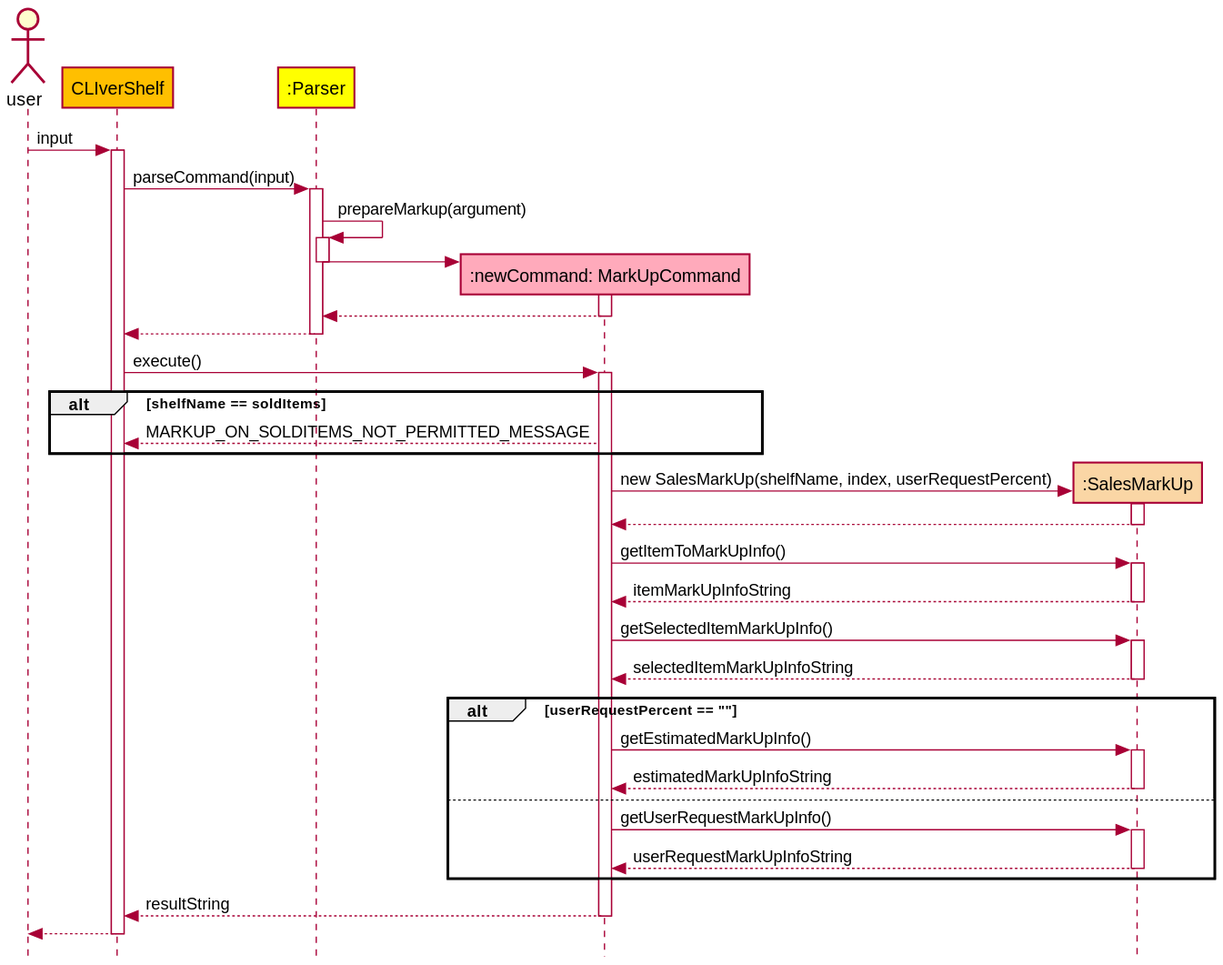
This is docs/diagrams/MarkUpSequenceDiagram.svg from zh1huang/tp, a PlantUML export, as it was before one commit. The source it was exported from:
```plantuml
@startuml
!include Style.puml

actor user

participant CLIverShelf as app LOGIC_COLOR
participant ":Parser" as parser LOGIC_COLOR_T1
participant ":newCommand: MarkUpCommand" as markupCommand MARKUP_COMMAND_COLOUR
participant ":SalesMarkUp" as SalesMarkUp SALES_MARKUP_COLOUR

user -> app: input
activate app
app -> parser: parseCommand(input)
activate parser
parser -> parser : prepareMarkup(argument)
activate parser
parser -> markupCommand **
deactivate parser
activate markupCommand
markupCommand --> parser

deactivate markupCommand
parser --> app
deactivate parser

app -> markupCommand: execute()

activate markupCommand
alt shelfName == soldItems
    markupCommand --> app : MARKUP_ON_SOLDITEMS_NOT_PERMITTED_MESSAGE
end

markupCommand -> SalesMarkUp ** : new SalesMarkUp(shelfName, index, userRequestPercent)
activate SalesMarkUp
SalesMarkUp --> markupCommand
deactivate SalesMarkUp

markupCommand -> SalesMarkUp : getItemToMarkUpInfo()
activate SalesMarkUp
SalesMarkUp --> markupCommand : itemMarkUpInfoString
deactivate SalesMarkUp

markupCommand -> SalesMarkUp : getSelectedItemMarkUpInfo()
activate SalesMarkUp
SalesMarkUp --> markupCommand : selectedItemMarkUpInfoString
deactivate SalesMarkUp

alt userRequestPercent == ""
    markupCommand -> SalesMarkUp : getEstimatedMarkUpInfo()
    activate SalesMarkUp
    SalesMarkUp --> markupCommand : estimatedMarkUpInfoString
    deactivate SalesMarkUp
else
   markupCommand -> SalesMarkUp : getUserRequestMarkUpInfo()
       activate SalesMarkUp
       SalesMarkUp --> markupCommand : userRequestMarkUpInfoString
       deactivate SalesMarkUp
end

markupCommand --> app : resultString
deactivate markupCommand
app --> user
deactivate app

hide footbox

@enduml
```
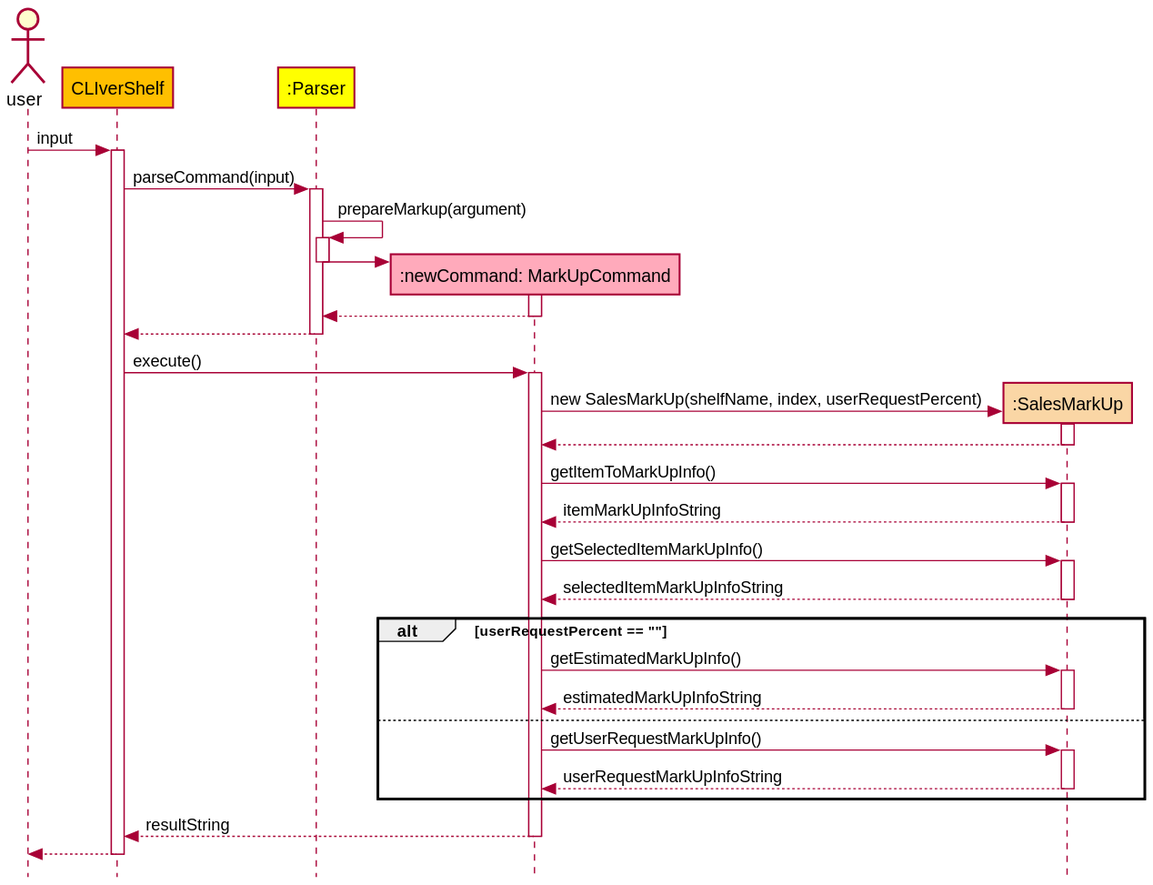
The same diagram one commit later.

Change to the diagram source:
```diff
@@ -26,9 +26,6 @@
 app -> markupCommand: execute()
 
 activate markupCommand
-alt shelfName == soldItems
-    markupCommand --> app : MARKUP_ON_SOLDITEMS_NOT_PERMITTED_MESSAGE
-end
 
 markupCommand -> SalesMarkUp ** : new SalesMarkUp(shelfName, index, userRequestPercent)
 activate SalesMarkUp
@@ -60,7 +57,10 @@
 markupCommand --> app : resultString
 deactivate markupCommand
 app --> user
+
 deactivate app
+
+
 
 hide footbox
 
```
